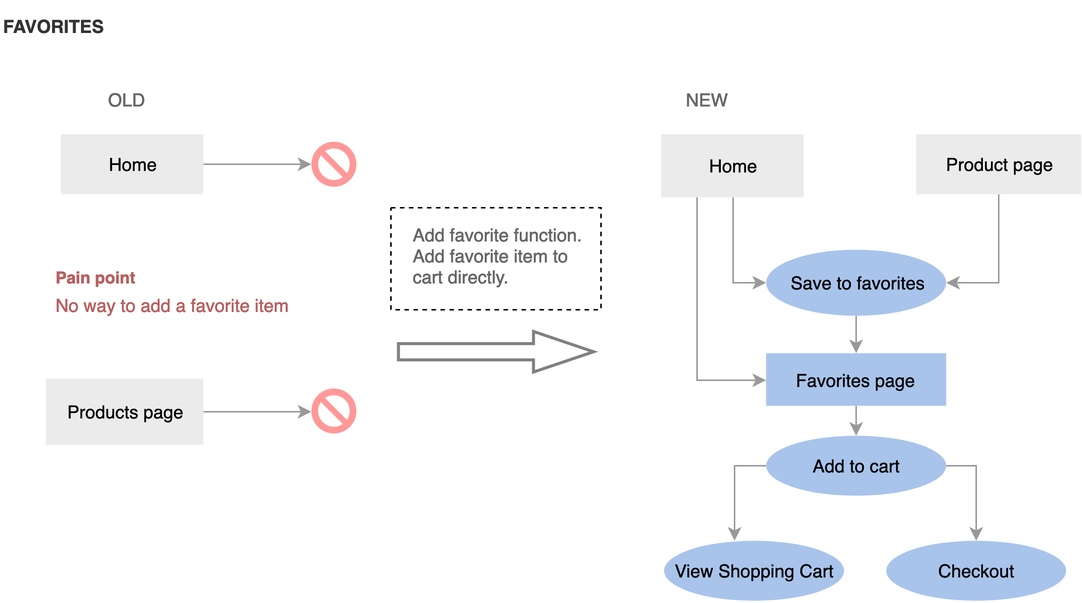
sharon-duan/sharon-duan.github.io keeps this draw.io diagram as projects/cooks/images/userflow3.png. Above is the earlier version. Source tidied: cells renumbered, new cells last; positions are measured from the earlier drawing's top-left corner, leaving out a move shared by most shapes.
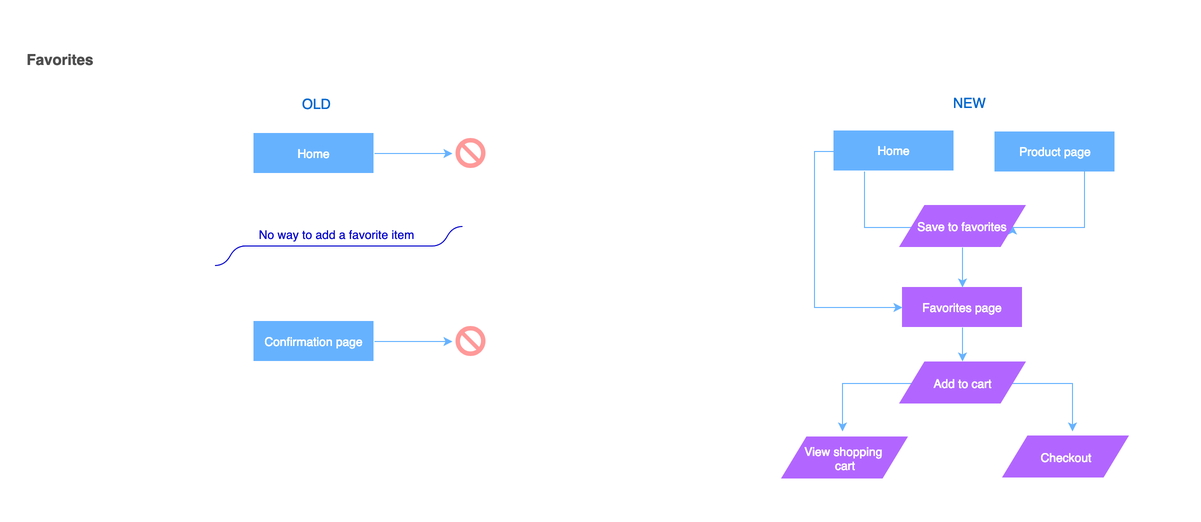
After the change.

Change to the diagram source:
```diff
@@ -2,86 +2,108 @@
   <root>
     <mxCell id="0" />
     <mxCell id="1" parent="0" />
-    <mxCell id="2" style="rounded=0;whiteSpace=wrap;html=1;strokeColor=#000000;strokeWidth=1;fillColor=none;fontSize=19;fontColor=#666666;dashed=1;" parent="1" vertex="1">
-      <mxGeometry x="260" y="138" width="140" height="68" as="geometry" />
-    </mxCell>
-    <mxCell id="3" style="edgeStyle=orthogonalEdgeStyle;rounded=0;html=1;exitX=1;exitY=0.5;entryX=0;entryY=0.5;entryPerimeter=0;jettySize=auto;strokeColor=#999999;fontSize=13;" parent="1" edge="1" source="4" target="16">
-      <mxGeometry relative="1" as="geometry" />
-    </mxCell>
-    <mxCell id="4" value="&lt;span style=&quot;font-weight: normal&quot;&gt;&lt;font style=&quot;font-size: 12px&quot;&gt;Home&lt;/font&gt;&lt;/span&gt;" style="rounded=0;whiteSpace=wrap;html=1;strokeColor=none;fillColor=#ebebeb;fontStyle=1;fontSize=13;strokeWidth=2;" parent="1" vertex="1">
-      <mxGeometry x="40" y="89" width="95" height="40" as="geometry" />
-    </mxCell>
-    <mxCell id="5" style="edgeStyle=orthogonalEdgeStyle;rounded=0;html=1;exitX=1;exitY=0.5;entryX=0;entryY=0.5;entryPerimeter=0;jettySize=auto;strokeColor=#999999;fontSize=13;" parent="1" edge="1" source="6" target="17">
-      <mxGeometry relative="1" as="geometry" />
-    </mxCell>
-    <mxCell id="6" value="&lt;font style=&quot;font-size: 12px&quot;&gt;Products page&lt;/font&gt;" style="rounded=0;whiteSpace=wrap;html=1;strokeColor=none;fillColor=#ebebeb;fontStyle=0;fontSize=13;" parent="1" vertex="1">
-      <mxGeometry x="30" y="252" width="105" height="44" as="geometry" />
-    </mxCell>
+    <mxCell id="29" style="verticalLabelPosition=bottom;verticalAlign=top;html=1;shape=mxgraph.basic.no_symbol;fillColor=#FF9999;fontSize=13;strokeColor=none;" parent="1" vertex="1">
+      <mxGeometry x="243" y="-23.5" width="30" height="30" as="geometry" />
+    </mxCell>
+    <mxCell id="30" style="edgeStyle=orthogonalEdgeStyle;rounded=0;jettySize=auto;html=1;exitX=1;exitY=0.5;exitDx=0;exitDy=0;strokeColor=#66b2ff;" parent="1" edge="1" source="31">
+      <mxGeometry relative="1" as="geometry">
+        <mxPoint x="240" y="-8" as="targetPoint" />
+      </mxGeometry>
+    </mxCell>
+    <mxCell id="31" value="&lt;font color=&quot;#ffffff&quot;&gt;&lt;span style=&quot;font-size: 12px ; font-weight: 400&quot;&gt;Home&lt;/span&gt;&lt;/font&gt;" style="rounded=0;whiteSpace=wrap;html=1;strokeColor=none;fillColor=#66B2FF;fontStyle=1;fontSize=13;strokeWidth=2;" parent="1" vertex="1">
+      <mxGeometry x="41" y="-28.5" width="120" height="40" as="geometry" />
+    </mxCell>
+    <mxCell id="32" style="edgeStyle=orthogonalEdgeStyle;rounded=0;jettySize=auto;html=1;exitX=1;exitY=0.5;exitDx=0;exitDy=0;strokeColor=#66b2ff;" parent="1" edge="1" source="33">
+      <mxGeometry relative="1" as="geometry">
+        <mxPoint x="240" y="180" as="targetPoint" />
+      </mxGeometry>
+    </mxCell>
+    <mxCell id="33" value="&lt;font style=&quot;font-weight: normal ; font-size: 12px&quot; color=&quot;#ffffff&quot;&gt;Confirmation page&lt;/font&gt;" style="rounded=0;whiteSpace=wrap;html=1;strokeColor=none;fillColor=#66B2FF;fontStyle=1;fontSize=13;strokeWidth=2;" parent="1" vertex="1">
+      <mxGeometry x="41" y="159.5" width="120" height="40" as="geometry" />
+    </mxCell>
+    <mxCell id="34" value="&lt;font color=&quot;#0000cc&quot;&gt;&lt;span style=&quot;font-size: 12px&quot;&gt;No way to add a favorite item&lt;/span&gt;&lt;/font&gt;&lt;br&gt;" style="whiteSpace=wrap;html=1;shape=partialRectangle;top=0;left=0;bottom=1;right=0;strokeColor=#0000CC;fillColor=none;align=center;verticalAlign=bottom;routingCenterY=0.5;fontSize=14;" parent="1" vertex="1">
+      <mxGeometry x="30" y="64.5" width="190" height="20" as="geometry" />
+    </mxCell>
+    <mxCell id="35" style="edgeStyle=entityRelationEdgeStyle;startArrow=none;endArrow=none;segment=10;curved=1;strokeColor=#0000CC;fontSize=14;html=1;" parent="1" edge="1">
+      <mxGeometry relative="1" as="geometry">
+        <mxPoint x="219.5" y="84.5" as="sourcePoint" />
+        <mxPoint x="250" y="65" as="targetPoint" />
+      </mxGeometry>
+    </mxCell>
-    <mxCell id="7" style="edgeStyle=orthogonalEdgeStyle;rounded=0;html=1;exitX=0.5;exitY=1;entryX=1;entryY=0.5;jettySize=auto;strokeColor=#999999;fontSize=13;" parent="1" edge="1" source="8" target="19">
-      <mxGeometry relative="1" as="geometry" />
+    <mxCell id="7" style="edgeStyle=orthogonalEdgeStyle;rounded=0;jettySize=auto;html=1;exitX=0.75;exitY=1;exitDx=0;exitDy=0;entryX=1;entryY=0.5;entryDx=0;entryDy=0;strokeColor=#66b2ff;" parent="1" edge="1" source="8" target="19">
+      <mxGeometry relative="1" as="geometry">
+        <Array as="points">
+          <mxPoint x="872" y="65" />
+        </Array>
+      </mxGeometry>
     </mxCell>
-    <mxCell id="8" value="&lt;font style=&quot;font-size: 12px&quot;&gt;Product page&lt;/font&gt;&lt;br style=&quot;font-size: 13px&quot;&gt;" style="rounded=0;whiteSpace=wrap;html=1;strokeColor=none;fillColor=#ebebeb;fontStyle=0;fontSize=13;" parent="1" vertex="1">
-      <mxGeometry x="610" y="89" width="110" height="40" as="geometry" />
+    <mxCell id="8" value="&lt;font style=&quot;font-weight: normal ; font-size: 12px&quot; color=&quot;#ffffff&quot;&gt;Product page&lt;/font&gt;" style="rounded=0;whiteSpace=wrap;html=1;strokeColor=none;fillColor=#66B2FF;fontStyle=1;fontSize=13;strokeWidth=2;" parent="1" vertex="1">
+      <mxGeometry x="782" y="-30" width="120" height="40" as="geometry" />
     </mxCell>
-    <mxCell id="9" style="edgeStyle=orthogonalEdgeStyle;rounded=0;html=1;exitX=0.5;exitY=1;entryX=0.5;entryY=0;jettySize=auto;strokeColor=#999999;fontSize=13;" parent="1" edge="1" source="10" target="13">
+    <mxCell id="9" style="edgeStyle=orthogonalEdgeStyle;rounded=0;jettySize=auto;html=1;exitX=0.5;exitY=1;exitDx=0;exitDy=0;entryX=0.5;entryY=0;entryDx=0;entryDy=0;strokeColor=#66b2ff;" parent="1" edge="1" source="10" target="13">
       <mxGeometry relative="1" as="geometry" />
     </mxCell>
-    <mxCell id="10" value="&lt;font style=&quot;font-size: 12px&quot;&gt;Favorites page&lt;/font&gt;" style="rounded=0;whiteSpace=wrap;html=1;strokeColor=none;fillColor=#A9C4EB;fontStyle=0;fontSize=13;strokeWidth=3;" parent="1" vertex="1">
-      <mxGeometry x="510" y="235" width="120" height="35" as="geometry" />
+    <mxCell id="10" value="&lt;font color=&quot;#ffffff&quot;&gt;&lt;span style=&quot;font-size: 12px ; font-weight: 400&quot;&gt;Favorites page&lt;/span&gt;&lt;/font&gt;" style="rounded=0;whiteSpace=wrap;html=1;strokeColor=none;fillColor=#b266ff;fontStyle=1;fontSize=13;strokeWidth=2;" parent="1" vertex="1">
+      <mxGeometry x="689.5" y="125.5" width="120" height="40" as="geometry" />
     </mxCell>
-    <mxCell id="11" style="edgeStyle=orthogonalEdgeStyle;rounded=0;html=1;exitX=0;exitY=0.5;exitDx=0;exitDy=0;entryX=0.392;entryY=0;entryDx=0;entryDy=0;entryPerimeter=0;jettySize=auto;strokeColor=#999999;" parent="1" edge="1" source="13" target="14">
-      <mxGeometry relative="1" as="geometry" />
-    </mxCell>
-    <mxCell id="12" style="edgeStyle=orthogonalEdgeStyle;rounded=0;html=1;exitX=1;exitY=0.5;exitDx=0;exitDy=0;entryX=0.5;entryY=0;entryDx=0;entryDy=0;jettySize=auto;strokeColor=#999999;" parent="1" edge="1" source="13" target="15">
-      <mxGeometry relative="1" as="geometry" />
-    </mxCell>
-    <mxCell id="13" value="&lt;font style=&quot;font-size: 12px&quot;&gt;Add to cart&lt;/font&gt;" style="ellipse;whiteSpace=wrap;html=1;fontSize=13;strokeColor=none;fillColor=#A9C4EB;strokeWidth=3;" parent="1" vertex="1">
-      <mxGeometry x="510" y="290" width="120" height="40" as="geometry" />
-    </mxCell>
-    <mxCell id="14" value="&lt;font style=&quot;font-size: 12px&quot;&gt;View Shopping Cart&lt;/font&gt;" style="ellipse;whiteSpace=wrap;html=1;fontSize=13;strokeColor=none;fillColor=#A9C4EB;strokeWidth=3;" parent="1" vertex="1">
-      <mxGeometry x="442" y="360" width="120" height="40" as="geometry" />
-    </mxCell>
-    <mxCell id="15" value="&lt;font style=&quot;font-size: 12px&quot;&gt;Checkout&lt;/font&gt;" style="ellipse;whiteSpace=wrap;html=1;fontSize=13;strokeColor=none;fillColor=#A9C4EB;strokeWidth=3;" parent="1" vertex="1">
-      <mxGeometry x="590" y="360" width="120" height="40" as="geometry" />
-    </mxCell>
-    <mxCell id="16" style="verticalLabelPosition=bottom;verticalAlign=top;html=1;shape=mxgraph.basic.no_symbol;fillColor=#FF9999;fontSize=13;strokeColor=none;" parent="1" vertex="1">
-      <mxGeometry x="207" y="94" width="30" height="30" as="geometry" />
-    </mxCell>
-    <mxCell id="17" style="verticalLabelPosition=bottom;verticalAlign=top;html=1;shape=mxgraph.basic.no_symbol;fillColor=#FF9999;fontSize=13;strokeColor=none;" parent="1" vertex="1">
-      <mxGeometry x="207" y="258.5" width="30" height="30" as="geometry" />
-    </mxCell>
+    <mxCell id="24" value="&lt;font style=&quot;font-size: 14px&quot; color=&quot;#0066cc&quot;&gt;OLD&lt;/font&gt;" style="text;html=1;align=left;verticalAlign=top;spacingTop=-4;fontSize=19;fontStyle=0;fontColor=#666666;" parent="1" vertex="1">
+      <mxGeometry x="88" y="-73" width="39" height="24" as="geometry" />
+    </mxCell>
+    <mxCell id="25" value="&lt;font style=&quot;font-size: 14px&quot; color=&quot;#0066cc&quot;&gt;NEW&lt;/font&gt;" style="text;html=1;align=left;verticalAlign=top;spacingTop=-4;fontSize=19;fontStyle=0;fontColor=#666666;" parent="1" vertex="1">
+      <mxGeometry x="739" y="-74" width="42" height="24" as="geometry" />
+    </mxCell>
+    <mxCell id="36" value="&lt;div style=&quot;text-align: left&quot;&gt;&lt;b&gt;&lt;font color=&quot;#4d4d4d&quot;&gt;Favorites&lt;/font&gt;&lt;/b&gt;&lt;/div&gt;" style="text;html=1;strokeColor=none;fillColor=none;align=center;verticalAlign=middle;whiteSpace=wrap;rounded=0;shadow=0;fontSize=15;" parent="1" vertex="1">
+      <mxGeometry x="-188" y="-112" width="71" height="20" as="geometry" />
+    </mxCell>
+    <mxCell id="37" style="verticalLabelPosition=bottom;verticalAlign=top;html=1;shape=mxgraph.basic.no_symbol;fillColor=#FF9999;fontSize=13;strokeColor=none;" parent="1" vertex="1">
+      <mxGeometry x="243" y="164.5" width="30" height="30" as="geometry" />
+    </mxCell>
+    <mxCell id="38" style="edgeStyle=entityRelationEdgeStyle;startArrow=none;endArrow=none;segment=10;curved=1;strokeColor=#0000CC;fontSize=14;html=1;" parent="1" edge="1">
+      <mxGeometry relative="1" as="geometry">
+        <mxPoint x="2.5" y="104" as="sourcePoint" />
+        <mxPoint x="33" y="84.5" as="targetPoint" />
+      </mxGeometry>
+    </mxCell>
+    <mxCell id="39" style="edgeStyle=orthogonalEdgeStyle;rounded=0;jettySize=auto;html=1;exitX=0.25;exitY=1;exitDx=0;exitDy=0;entryX=0;entryY=0.5;entryDx=0;entryDy=0;strokeColor=#66b2ff;" parent="1" edge="1" source="41" target="19">
+      <mxGeometry relative="1" as="geometry">
+        <Array as="points">
+          <mxPoint x="651" y="65" />
+        </Array>
+      </mxGeometry>
+    </mxCell>
+    <mxCell id="40" style="edgeStyle=orthogonalEdgeStyle;rounded=0;jettySize=auto;html=1;exitX=0;exitY=0.5;exitDx=0;exitDy=0;entryX=0;entryY=0.5;entryDx=0;entryDy=0;strokeColor=#66b2ff;" parent="1" edge="1" source="41" target="10">
+      <mxGeometry relative="1" as="geometry" />
+    </mxCell>
+    <mxCell id="41" value="&lt;font style=&quot;font-weight: normal ; font-size: 12px&quot; color=&quot;#ffffff&quot;&gt;Home&lt;/font&gt;" style="rounded=0;whiteSpace=wrap;html=1;strokeColor=none;fillColor=#66B2FF;fontStyle=1;fontSize=13;strokeWidth=2;" parent="1" vertex="1">
+      <mxGeometry x="621" y="-31" width="120" height="40" as="geometry" />
+    </mxCell>
-    <mxCell id="18" style="edgeStyle=orthogonalEdgeStyle;rounded=0;html=1;exitX=0.5;exitY=1;entryX=0.5;entryY=0;jettySize=auto;strokeColor=#999999;fontSize=13;" parent="1" edge="1" source="19" target="10">
+    <mxCell id="18" style="edgeStyle=orthogonalEdgeStyle;rounded=0;jettySize=auto;html=1;exitX=0.5;exitY=1;exitDx=0;exitDy=0;entryX=0.5;entryY=0;entryDx=0;entryDy=0;strokeColor=#66b2ff;" parent="1" edge="1" source="19" target="10">
       <mxGeometry relative="1" as="geometry" />
     </mxCell>
-    <mxCell id="19" value="&lt;font style=&quot;font-size: 12px&quot;&gt;Save to favorites&lt;/font&gt;" style="ellipse;whiteSpace=wrap;html=1;fontSize=13;strokeColor=none;fillColor=#A9C4EB;strokeWidth=3;" parent="1" vertex="1">
-      <mxGeometry x="510" y="166" width="120" height="44" as="geometry" />
+    <mxCell id="19" value="&lt;font color=&quot;#ffffff&quot;&gt;Save to favorites&lt;/font&gt;&lt;br&gt;" style="shape=parallelogram;perimeter=parallelogramPerimeter;whiteSpace=wrap;html=1;fillColor=#b266ff;strokeColor=none;" parent="1" vertex="1">
+      <mxGeometry x="686.5" y="43.5" width="127" height="42" as="geometry" />
     </mxCell>
-    <mxCell id="20" value="&lt;font style=&quot;font-size: 11px&quot; color=&quot;#b85f5f&quot;&gt;&lt;b style=&quot;line-height: 210%&quot;&gt;Pain point&lt;/b&gt;&lt;br&gt;&lt;/font&gt;&lt;div&gt;&lt;font color=&quot;#b85f5f&quot;&gt;No way to add a favorite item&lt;/font&gt;&lt;br&gt;&lt;/div&gt;" style="text;html=1;align=left;verticalAlign=top;spacingTop=-4;fontSize=12;fontColor=#666666;" parent="1" vertex="1">
-      <mxGeometry x="35" y="170.5" width="170" height="40" as="geometry" />
-    </mxCell>
-    <mxCell id="21" style="verticalLabelPosition=bottom;verticalAlign=top;html=1;strokeWidth=2;shape=mxgraph.arrows2.arrow;dy=0.6;dx=40;notch=0;fillColor=none;strokeColor=#808080;" parent="1" vertex="1">
-      <mxGeometry x="265" y="220.5" width="130" height="27" as="geometry" />
-    </mxCell>
-    <mxCell id="22" value="&lt;div&gt;&lt;font color=&quot;#666666&quot;&gt;Add favorite function.&lt;/font&gt;&lt;/div&gt;&lt;div&gt;&lt;font color=&quot;#666666&quot;&gt;Add favorite item to&lt;/font&gt;&lt;/div&gt;&lt;div&gt;&lt;font color=&quot;#666666&quot;&gt;cart directly.&lt;/font&gt;&lt;/div&gt;" style="text;align=left;verticalAlign=top;spacingTop=-4;html=1;" parent="1" vertex="1">
-      <mxGeometry x="273" y="147" width="130" height="40" as="geometry" />
-    </mxCell>
-    <mxCell id="23" value="&lt;font style=&quot;font-size: 12px&quot; color=&quot;#333333&quot;&gt;FAVORITES&lt;/font&gt;" style="text;html=1;align=left;verticalAlign=top;spacingTop=-4;fontSize=21;fontColor=#CC6600;fontStyle=1;" parent="1" vertex="1">
-      <mxGeometry width="80" height="30" as="geometry" />
-    </mxCell>
-    <mxCell id="24" value="&lt;font style=&quot;font-size: 12px&quot;&gt;OLD&lt;/font&gt;" style="text;html=1;align=left;verticalAlign=top;spacingTop=-4;fontSize=19;fontStyle=0;fontColor=#666666;" parent="1" vertex="1">
-      <mxGeometry x="70" y="49.5" width="40" height="30" as="geometry" />
-    </mxCell>
-    <mxCell id="25" value="&lt;font style=&quot;font-size: 12px&quot;&gt;NEW&lt;/font&gt;" style="text;html=1;align=left;verticalAlign=top;spacingTop=-4;fontSize=19;fontStyle=0;fontColor=#666666;" parent="1" vertex="1">
-      <mxGeometry x="455" y="49.5" width="40" height="30" as="geometry" />
-    </mxCell>
-    <mxCell id="26" style="edgeStyle=orthogonalEdgeStyle;rounded=0;html=1;exitX=0.25;exitY=1;exitDx=0;exitDy=0;entryX=0;entryY=0.5;entryDx=0;entryDy=0;jettySize=auto;strokeColor=#999999;" parent="1" edge="1" source="28" target="10">
-      <mxGeometry relative="1" as="geometry" />
-    </mxCell>
-    <mxCell id="27" style="edgeStyle=orthogonalEdgeStyle;rounded=0;html=1;exitX=0.5;exitY=1;exitDx=0;exitDy=0;entryX=0;entryY=0.5;entryDx=0;entryDy=0;jettySize=auto;strokeColor=#999999;" parent="1" edge="1" source="28" target="19">
-      <mxGeometry relative="1" as="geometry" />
-    </mxCell>
-    <mxCell id="28" value="&lt;span style=&quot;font-weight: normal&quot;&gt;&lt;font style=&quot;font-size: 12px&quot;&gt;Home&lt;/font&gt;&lt;/span&gt;" style="rounded=0;whiteSpace=wrap;html=1;strokeColor=none;fillColor=#ebebeb;fontStyle=1;fontSize=13;strokeWidth=2;" parent="1" vertex="1">
-      <mxGeometry x="440" y="89" width="95" height="42" as="geometry" />
-    </mxCell>
+    <mxCell id="42" style="edgeStyle=orthogonalEdgeStyle;rounded=0;jettySize=auto;html=1;exitX=0;exitY=0.5;exitDx=0;exitDy=0;strokeColor=#66b2ff;" parent="1" edge="1" source="13">
+      <mxGeometry relative="1" as="geometry">
+        <mxPoint x="630" y="270" as="targetPoint" />
+      </mxGeometry>
+    </mxCell>
+    <mxCell id="43" style="edgeStyle=orthogonalEdgeStyle;rounded=0;jettySize=auto;html=1;exitX=1;exitY=0.5;exitDx=0;exitDy=0;strokeColor=#66b2ff;" parent="1" edge="1" source="13">
+      <mxGeometry relative="1" as="geometry">
+        <mxPoint x="860" y="270" as="targetPoint" />
+      </mxGeometry>
+    </mxCell>
+    <mxCell id="13" value="&lt;font color=&quot;#ffffff&quot;&gt;Add to cart&lt;/font&gt;&lt;br&gt;" style="shape=parallelogram;perimeter=parallelogramPerimeter;whiteSpace=wrap;html=1;fillColor=#b266ff;strokeColor=none;" parent="1" vertex="1">
+      <mxGeometry x="686.5" y="200" width="127" height="42" as="geometry" />
+    </mxCell>
+    <mxCell id="44" value="&lt;font color=&quot;#ffffff&quot;&gt;View shopping &lt;br&gt;cart&lt;/font&gt;&lt;br&gt;" style="shape=parallelogram;perimeter=parallelogramPerimeter;whiteSpace=wrap;html=1;fillColor=#b266ff;strokeColor=none;" parent="1" vertex="1">
+      <mxGeometry x="568.5" y="275" width="127" height="42" as="geometry" />
+    </mxCell>
+    <mxCell id="15" value="&lt;font color=&quot;#ffffff&quot;&gt;Checkout&lt;/font&gt;&lt;br&gt;" style="shape=parallelogram;perimeter=parallelogramPerimeter;whiteSpace=wrap;html=1;fillColor=#b266ff;strokeColor=none;" parent="1" vertex="1">
+      <mxGeometry x="789.5" y="274" width="127" height="42" as="geometry" />
+    </mxCell>
+    <mxCell id="45" style="rounded=0;whiteSpace=wrap;html=1;strokeColor=none;fillColor=none;" parent="1" vertex="1">
+      <mxGeometry x="-212" y="-161" width="1200" height="521" as="geometry" />
+    </mxCell>
   </root>
 </mxGraphModel>
```
